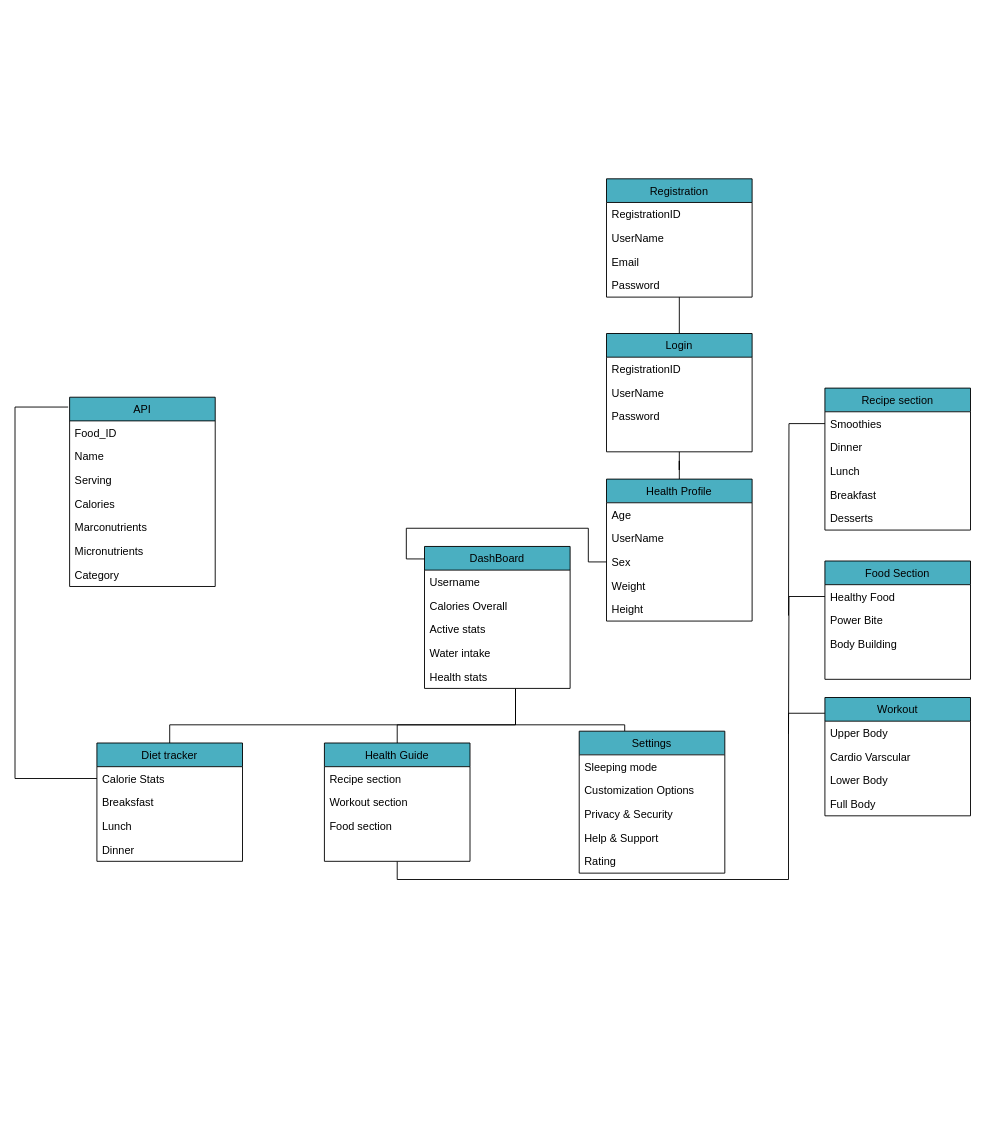
Earlier version of the draw.io diagram Vitial-sync-UML.drawio (Mehlulibooi/DevTeamOpsc). Source tidied: cells renumbered, new cells numbered last; positions are measured from the earlier drawing's top-left corner, leaving out a move shared by most shapes. Both pictures are drawn from the tidied source at 91%, with x=0, y=0 at pixel (15, 178).
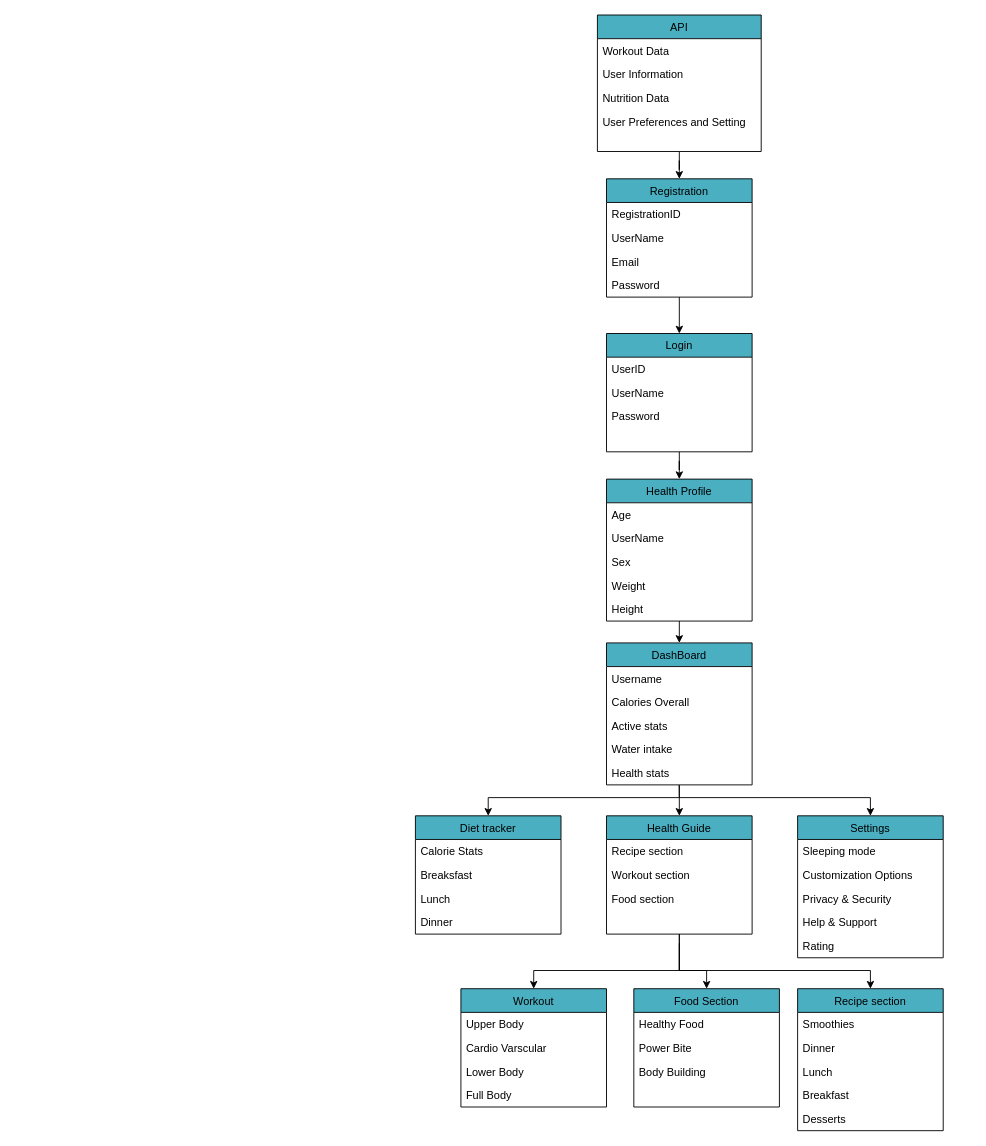
The same diagram, later.

Unchanged cells that the change refers to:
```xml
<mxCell id="3" value="Registration" style="swimlane;fontStyle=0;align=center;verticalAlign=top;horizontal=1;startSize=26;rounded=0;shadow=0;strokeWidth=1;fillColor=#4AAFC1;labelBackgroundColor=none;swimlaneFillColor=#FFFFFF;" parent="1" vertex="1">
  <mxGeometry x="650" width="160" height="130" as="geometry" />
</mxCell>
<mxCell id="8" value="Login" style="swimlane;fontStyle=0;align=center;verticalAlign=top;horizontal=1;startSize=26;rounded=0;shadow=0;strokeWidth=1;fillColor=#4AAFC1;swimlaneFillColor=default;" parent="1" vertex="1">
  <mxGeometry x="650" y="170" width="160" height="130" as="geometry" />
</mxCell>
<mxCell id="13" value="Health Profile" style="swimlane;fontStyle=0;align=center;verticalAlign=top;horizontal=1;startSize=26;rounded=0;shadow=0;strokeWidth=1;fillColor=#4AAFC1;swimlaneFillColor=default;" parent="1" vertex="1">
  <mxGeometry x="650" y="330" width="160" height="156" as="geometry" />
</mxCell>
<mxCell id="16" value="Sex" style="text;align=left;verticalAlign=top;spacingLeft=4;spacingRight=4;overflow=hidden;points=[[0,0.5],[1,0.5]];portConstraint=eastwest;rounded=0;shadow=0;html=0;" parent="13" vertex="1">
  <mxGeometry y="78" width="160" height="26" as="geometry" />
</mxCell>
<mxCell id="27" value="Calorie Stats" style="text;align=left;verticalAlign=top;spacingLeft=4;spacingRight=4;overflow=hidden;points=[[0,0.5],[1,0.5]];portConstraint=eastwest;" parent="26" vertex="1">
  <mxGeometry y="26" width="160" height="26" as="geometry" />
</mxCell>
<mxCell id="52" value="Health stats" style="text;align=left;verticalAlign=top;spacingLeft=4;spacingRight=4;overflow=hidden;points=[[0,0.5],[1,0.5]];portConstraint=eastwest;rounded=0;shadow=0;html=0;" parent="47" vertex="1">
  <mxGeometry y="130" width="160" height="26" as="geometry" />
</mxCell>
<mxCell id="55" value="Healthy Food" style="text;align=left;verticalAlign=top;spacingLeft=4;spacingRight=4;overflow=hidden;points=[[0,0.5],[1,0.5]];portConstraint=eastwest;" parent="54" vertex="1">
  <mxGeometry y="26" width="160" height="26" as="geometry" />
</mxCell>
<mxCell id="64" value="Smoothies" style="text;align=left;verticalAlign=top;spacingLeft=4;spacingRight=4;overflow=hidden;points=[[0,0.5],[1,0.5]];portConstraint=eastwest;" parent="63" vertex="1">
  <mxGeometry y="26" width="160" height="26" as="geometry" />
</mxCell>
```

Diff of the diagram source:
```diff
@@
-    <mxCell id="2" style="edgeStyle=orthogonalEdgeStyle;rounded=0;jettySize=auto;html=1;entryX=0.5;entryY=0;entryDx=0;entryDy=0;endArrow=none;endFill=0;" parent="1" edge="1" source="3" target="8">
+    <mxCell id="2" style="edgeStyle=orthogonalEdgeStyle;rounded=0;jettySize=auto;html=1;entryX=0.5;entryY=0;entryDx=0;entryDy=0;" parent="1" edge="1" source="3" target="8">
       <mxGeometry relative="1" as="geometry" />
     </mxCell>
@@
+    <mxCell id="71" style="edgeStyle=orthogonalEdgeStyle;rounded=0;jettySize=auto;html=1;entryX=0.5;entryY=0;entryDx=0;entryDy=0;" parent="1" edge="1" source="8" target="13">
+      <mxGeometry relative="1" as="geometry" />
+    </mxCell>
@@
-    <mxCell id="9" value="RegistrationID" style="text;align=left;verticalAlign=top;spacingLeft=4;spacingRight=4;overflow=hidden;" parent="8" vertex="1">
+    <mxCell id="9" value="UserID" style="text;align=left;verticalAlign=top;spacingLeft=4;spacingRight=4;overflow=hidden;" parent="8" vertex="1">
       <mxGeometry y="26" width="160" height="26" as="geometry" />
     </mxCell>
@@
-    <mxCell id="12" style="edgeStyle=orthogonalEdgeStyle;rounded=0;jettySize=auto;html=1;exitX=0.5;exitY=0;exitDx=0;exitDy=0;endArrow=none;endFill=0;" parent="1" edge="1" source="13" target="8">
-      <mxGeometry relative="1" as="geometry" />
-    </mxCell>
+    <mxCell id="72" style="edgeStyle=orthogonalEdgeStyle;rounded=0;jettySize=auto;html=1;" parent="1" edge="1" source="13">
+      <mxGeometry relative="1" as="geometry">
+        <mxPoint x="730" y="510" as="targetPoint" />
+      </mxGeometry>
+    </mxCell>
@@
-    <mxCell id="19" style="edgeStyle=orthogonalEdgeStyle;rounded=0;jettySize=auto;html=1;endArrow=none;endFill=0;" parent="1" edge="1" source="21">
-      <mxGeometry relative="1" as="geometry">
-        <mxPoint x="550" y="560" as="targetPoint" />
-        <Array as="points">
-          <mxPoint x="420" y="600" />
-          <mxPoint x="550" y="600" />
-          <mxPoint x="550" y="570" />
-        </Array>
-      </mxGeometry>
-    </mxCell>
+    <mxCell id="73" style="edgeStyle=orthogonalEdgeStyle;rounded=0;jettySize=auto;html=1;entryX=0.499;entryY=1.011;entryDx=0;entryDy=0;entryPerimeter=0;endArrow=none;endFill=0;startArrow=classic;startFill=1;" parent="1" edge="1" source="21" target="52">
+      <mxGeometry relative="1" as="geometry" />
+    </mxCell>
-    <mxCell id="20" style="edgeStyle=orthogonalEdgeStyle;rounded=0;jettySize=auto;html=1;exitX=0.5;exitY=1;exitDx=0;exitDy=0;entryX=0;entryY=0.133;entryDx=0;entryDy=0;entryPerimeter=0;endArrow=none;endFill=0;" parent="1" edge="1" source="21" target="58">
+    <mxCell id="20" style="edgeStyle=orthogonalEdgeStyle;rounded=0;jettySize=auto;html=1;startArrow=none;startFill=0;endArrow=classic;endFill=1;" parent="1" edge="1" source="21" target="58">
       <mxGeometry relative="1" as="geometry">
         <Array as="points">
-          <mxPoint x="420" y="770" />
-          <mxPoint x="850" y="770" />
-          <mxPoint x="850" y="587" />
+          <mxPoint x="730" y="870" />
+          <mxPoint x="570" y="870" />
         </Array>
       </mxGeometry>
     </mxCell>
     <mxCell id="21" value="Health Guide" style="swimlane;fontStyle=0;align=center;verticalAlign=top;horizontal=1;startSize=26;rounded=0;shadow=0;strokeWidth=1;fillColor=#4AAFC1;swimlaneFillColor=default;" parent="1" vertex="1">
-      <mxGeometry x="340" y="620" width="160" height="130" as="geometry" />
+      <mxGeometry x="650" y="700" width="160" height="130" as="geometry" />
     </mxCell>
@@
-    <mxCell id="25" style="edgeStyle=orthogonalEdgeStyle;rounded=0;jettySize=auto;html=1;endArrow=none;endFill=0;" parent="1" edge="1" source="26">
-      <mxGeometry relative="1" as="geometry">
-        <mxPoint x="550" y="596" as="targetPoint" />
-        <Array as="points">
-          <mxPoint x="170" y="600" />
-          <mxPoint x="550" y="600" />
-        </Array>
-      </mxGeometry>
-    </mxCell>
     <mxCell id="26" value="Diet tracker" style="swimlane;fontStyle=0;align=center;verticalAlign=top;horizontal=1;startSize=26;rounded=0;shadow=0;strokeWidth=1;fillColor=#4AAFC1;swimlaneFillColor=default;" parent="1" vertex="1">
-      <mxGeometry x="90" y="620" width="160" height="130" as="geometry" />
+      <mxGeometry x="440" y="700" width="160" height="130" as="geometry" />
     </mxCell>
@@
-    <mxCell id="31" style="edgeStyle=orthogonalEdgeStyle;rounded=0;jettySize=auto;html=1;endArrow=none;endFill=0;" parent="1" edge="1" source="32" target="52">
-      <mxGeometry relative="1" as="geometry">
-        <Array as="points">
-          <mxPoint x="670" y="600" />
-          <mxPoint x="550" y="600" />
-        </Array>
-      </mxGeometry>
-    </mxCell>
+    <mxCell id="74" style="edgeStyle=orthogonalEdgeStyle;rounded=0;jettySize=auto;html=1;endArrow=none;endFill=0;startArrow=classic;startFill=1;" parent="1" edge="1" source="32">
+      <mxGeometry relative="1" as="geometry">
+        <mxPoint x="730" y="680" as="targetPoint" />
+        <Array as="points">
+          <mxPoint x="940" y="680" />
+        </Array>
+      </mxGeometry>
+    </mxCell>
     <mxCell id="32" value="Settings" style="swimlane;fontStyle=0;align=center;verticalAlign=top;horizontal=1;startSize=26;rounded=0;shadow=0;strokeWidth=1;fillColor=#4AAFC1;swimlaneFillColor=default;" parent="1" vertex="1">
-      <mxGeometry x="620" y="607" width="160" height="156" as="geometry" />
+      <mxGeometry x="860" y="700" width="160" height="156" as="geometry" />
     </mxCell>
@@
+    <mxCell id="75" style="edgeStyle=orthogonalEdgeStyle;rounded=0;jettySize=auto;html=1;entryX=0.5;entryY=0;entryDx=0;entryDy=0;" parent="1" edge="1" source="38" target="3">
+      <mxGeometry relative="1" as="geometry" />
+    </mxCell>
     <mxCell id="38" value="API" style="swimlane;fontStyle=0;align=center;verticalAlign=top;horizontal=1;startSize=26;rounded=0;shadow=0;strokeWidth=1;fillColor=#4AAFC1;swimlaneFillColor=default;" parent="1" vertex="1">
-      <mxGeometry x="60" y="240" width="160" height="208" as="geometry" />
+      <mxGeometry x="640" y="-180" width="180" height="150" as="geometry" />
     </mxCell>
-    <mxCell id="39" value="Food_ID" style="text;align=left;verticalAlign=top;spacingLeft=4;spacingRight=4;overflow=hidden;" parent="38" vertex="1">
-      <mxGeometry y="26" width="160" height="26" as="geometry" />
+    <mxCell id="39" value="Workout Data " style="text;align=left;verticalAlign=top;spacingLeft=4;spacingRight=4;overflow=hidden;" parent="38" vertex="1">
+      <mxGeometry y="26" width="180" height="26" as="geometry" />
     </mxCell>
-    <mxCell id="40" value="Name" style="text;align=left;verticalAlign=top;spacingLeft=4;spacingRight=4;overflow=hidden;rounded=0;shadow=0;html=0;" parent="38" vertex="1">
-      <mxGeometry y="52" width="160" height="26" as="geometry" />
+    <mxCell id="40" value="User Information" style="text;align=left;verticalAlign=top;spacingLeft=4;spacingRight=4;overflow=hidden;rounded=0;shadow=0;html=0;" parent="38" vertex="1">
+      <mxGeometry y="52" width="180" height="26" as="geometry" />
     </mxCell>
-    <mxCell id="41" value="Serving" style="text;align=left;verticalAlign=top;spacingLeft=4;spacingRight=4;overflow=hidden;rounded=0;shadow=0;html=0;" parent="38" vertex="1">
-      <mxGeometry y="78" width="160" height="26" as="geometry" />
+    <mxCell id="41" value="Nutrition Data" style="text;align=left;verticalAlign=top;spacingLeft=4;spacingRight=4;overflow=hidden;rounded=0;shadow=0;html=0;" parent="38" vertex="1">
+      <mxGeometry y="78" width="180" height="26" as="geometry" />
     </mxCell>
-    <mxCell id="42" value="Calories" style="text;align=left;verticalAlign=top;spacingLeft=4;spacingRight=4;overflow=hidden;rounded=0;shadow=0;html=0;" parent="38" vertex="1">
-      <mxGeometry y="104" width="160" height="26" as="geometry" />
+    <mxCell id="42" value="User Preferences and Setting" style="text;align=left;verticalAlign=top;spacingLeft=4;spacingRight=4;overflow=hidden;rounded=0;shadow=0;html=0;" parent="38" vertex="1">
+      <mxGeometry y="104" width="180" height="26" as="geometry" />
     </mxCell>
-    <mxCell id="43" value="Marconutrients" style="text;align=left;verticalAlign=top;spacingLeft=4;spacingRight=4;overflow=hidden;rounded=0;shadow=0;html=0;" parent="38" vertex="1">
-      <mxGeometry y="130" width="160" height="26" as="geometry" />
-    </mxCell>
-    <mxCell id="44" value="Micronutrients" style="text;align=left;verticalAlign=top;spacingLeft=4;spacingRight=4;overflow=hidden;rounded=0;shadow=0;html=0;" parent="38" vertex="1">
-      <mxGeometry y="156" width="160" height="26" as="geometry" />
-    </mxCell>
-    <mxCell id="45" value="Category" style="text;align=left;verticalAlign=top;spacingLeft=4;spacingRight=4;overflow=hidden;rounded=0;shadow=0;html=0;" parent="38" vertex="1">
-      <mxGeometry y="182" width="160" height="26" as="geometry" />
-    </mxCell>
-    <mxCell id="46" style="edgeStyle=orthogonalEdgeStyle;rounded=0;jettySize=auto;html=1;entryX=-0.01;entryY=0.052;entryDx=0;entryDy=0;entryPerimeter=0;endArrow=none;endFill=0;" parent="1" edge="1" source="27" target="38">
-      <mxGeometry relative="1" as="geometry">
-        <Array as="points">
-          <mxPoint y="659" />
-          <mxPoint y="251" />
-        </Array>
-      </mxGeometry>
-    </mxCell>
+    <mxCell id="76" style="edgeStyle=orthogonalEdgeStyle;rounded=0;jettySize=auto;html=1;" parent="1" edge="1" source="47" target="26">
+      <mxGeometry relative="1" as="geometry">
+        <Array as="points">
+          <mxPoint x="730" y="680" />
+          <mxPoint x="520" y="680" />
+        </Array>
+      </mxGeometry>
+    </mxCell>
     <mxCell id="47" value="DashBoard" style="swimlane;fontStyle=0;align=center;verticalAlign=top;horizontal=1;startSize=26;rounded=0;shadow=0;strokeWidth=1;fillColor=#4AAFC1;swimlaneFillColor=default;" parent="1" vertex="1">
-      <mxGeometry x="450" y="404" width="160" height="156" as="geometry" />
+      <mxGeometry x="650" y="510" width="160" height="156" as="geometry" />
     </mxCell>
@@
-    <mxCell id="53" style="edgeStyle=orthogonalEdgeStyle;rounded=0;jettySize=auto;html=1;entryX=0;entryY=0.088;entryDx=0;entryDy=0;entryPerimeter=0;endArrow=none;endFill=0;" parent="1" edge="1" source="16" target="47">
-      <mxGeometry relative="1" as="geometry" />
-    </mxCell>
+    <mxCell id="77" style="edgeStyle=orthogonalEdgeStyle;rounded=0;jettySize=auto;html=1;startArrow=classic;startFill=1;endArrow=none;endFill=0;" parent="1" edge="1" source="54">
+      <mxGeometry relative="1" as="geometry">
+        <mxPoint x="730" y="840" as="targetPoint" />
+        <Array as="points">
+          <mxPoint x="760" y="870" />
+          <mxPoint x="730" y="870" />
+        </Array>
+      </mxGeometry>
+    </mxCell>
     <mxCell id="54" value="Food Section" style="swimlane;fontStyle=0;align=center;verticalAlign=top;horizontal=1;startSize=26;rounded=0;shadow=0;strokeWidth=1;fillColor=#4AAFC1;swimlaneFillColor=default;" parent="1" vertex="1">
-      <mxGeometry x="890" y="420" width="160" height="130" as="geometry" />
+      <mxGeometry x="680" y="890" width="160" height="130" as="geometry" />
     </mxCell>
@@
     <mxCell id="58" value="Workout" style="swimlane;fontStyle=0;align=center;verticalAlign=top;horizontal=1;startSize=26;rounded=0;shadow=0;strokeWidth=1;fillColor=#4AAFC1;swimlaneFillColor=default;" parent="1" vertex="1">
-      <mxGeometry x="890" y="570" width="160" height="130" as="geometry" />
+      <mxGeometry x="490" y="890" width="160" height="130" as="geometry" />
     </mxCell>
@@
+    <mxCell id="78" style="edgeStyle=orthogonalEdgeStyle;rounded=0;jettySize=auto;html=1;entryX=0.5;entryY=1;entryDx=0;entryDy=0;startArrow=classic;startFill=1;endArrow=none;endFill=0;" parent="1" edge="1" source="63" target="21">
+      <mxGeometry relative="1" as="geometry">
+        <Array as="points">
+          <mxPoint x="940" y="870" />
+          <mxPoint x="730" y="870" />
+        </Array>
+      </mxGeometry>
+    </mxCell>
     <mxCell id="63" value="Recipe section" style="swimlane;fontStyle=0;align=center;verticalAlign=top;horizontal=1;startSize=26;rounded=0;shadow=0;strokeWidth=1;fillColor=#4AAFC1;swimlaneFillColor=default;" parent="1" vertex="1">
-      <mxGeometry x="890" y="230" width="160" height="156" as="geometry" />
+      <mxGeometry x="860" y="890" width="160" height="156" as="geometry" />
     </mxCell>
@@
-    <mxCell id="69" style="edgeStyle=orthogonalEdgeStyle;rounded=0;jettySize=auto;html=1;endArrow=none;endFill=0;" parent="1" edge="1" source="55">
-      <mxGeometry relative="1" as="geometry">
-        <mxPoint x="850" y="610" as="targetPoint" />
-      </mxGeometry>
-    </mxCell>
-    <mxCell id="70" style="edgeStyle=orthogonalEdgeStyle;rounded=0;jettySize=auto;html=1;endArrow=none;endFill=0;" parent="1" edge="1" source="64">
-      <mxGeometry relative="1" as="geometry">
-        <mxPoint x="850" y="480" as="targetPoint" />
-      </mxGeometry>
-    </mxCell>
```
